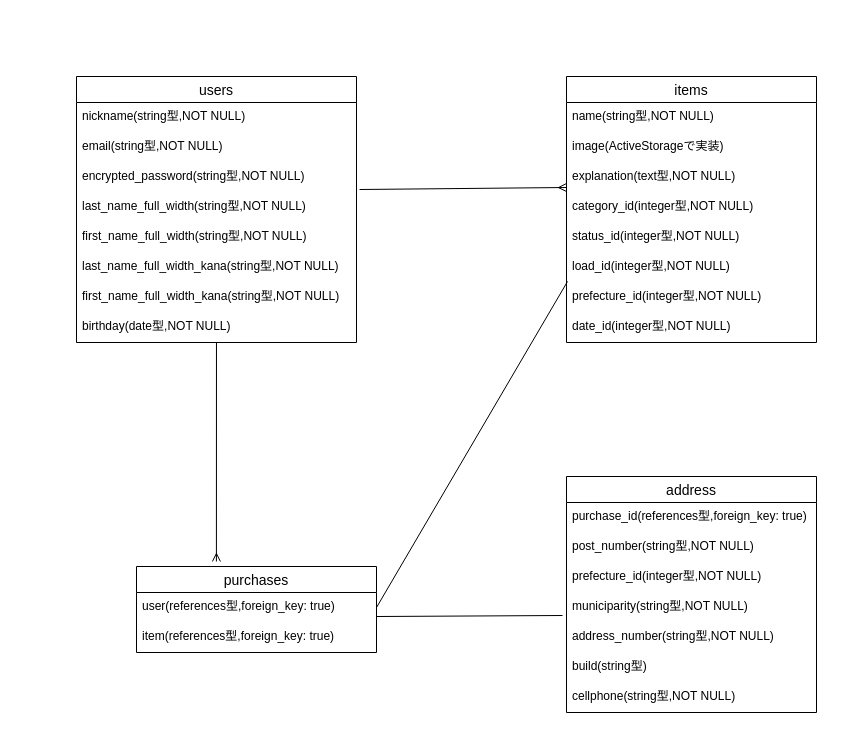
Before: page "ページ1" (1 of 2) of furima.dio in chachamaru6/furima-36589, a draw.io diagram. Source tidied: cells renumbered, new cells numbered last; positions are measured from the earlier drawing's top-left corner, leaving out a move shared by most shapes. Both pictures are drawn from the tidied source at 100%, with x=0, y=0 at pixel (76, 76).
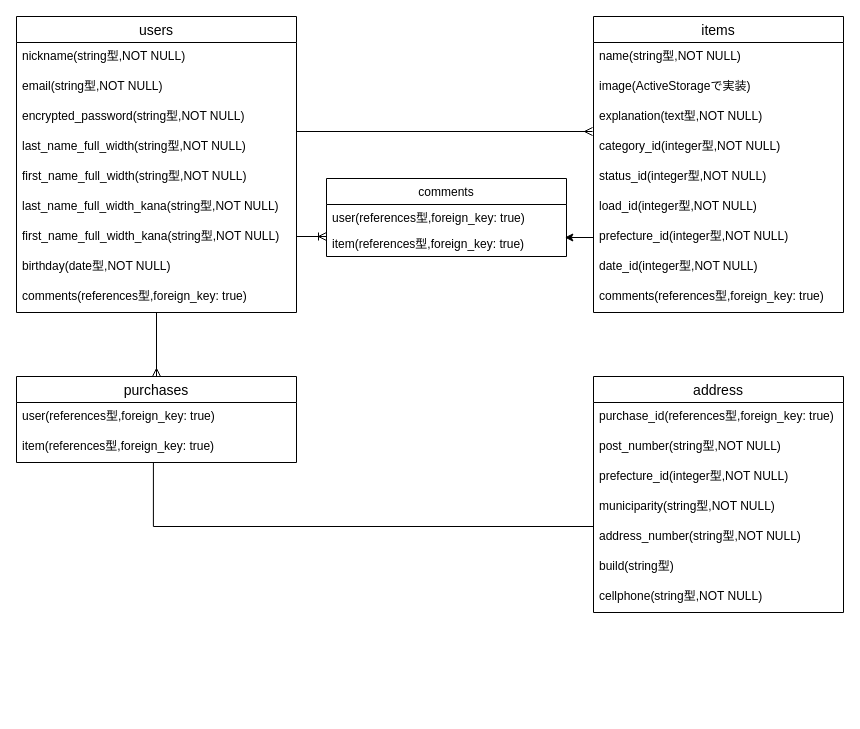
Above is the later version.

Unchanged cells that the change refers to:
```xml
<mxCell id="7" value="last_name_full_width(string型,NOT NULL)" style="text;strokeColor=none;fillColor=none;spacingLeft=4;spacingRight=4;overflow=hidden;points=[[0,0.5],[1,0.5]];portConstraint=eastwest;fontSize=12;" parent="3" vertex="1">
  <mxGeometry y="116" width="280" height="30" as="geometry" />
</mxCell>
<mxCell id="15" value="explanation(text型,NOT NULL)" style="text;strokeColor=none;fillColor=none;spacingLeft=4;spacingRight=4;overflow=hidden;points=[[0,0.5],[1,0.5]];portConstraint=eastwest;fontSize=12;" parent="12" vertex="1">
  <mxGeometry y="86" width="250" height="30" as="geometry" />
</mxCell>
<mxCell id="19" value="prefecture_id(integer型,NOT NULL)" style="text;strokeColor=none;fillColor=none;spacingLeft=4;spacingRight=4;overflow=hidden;points=[[0,0.5],[1,0.5]];portConstraint=eastwest;fontSize=12;" parent="12" vertex="1">
  <mxGeometry y="206" width="250" height="30" as="geometry" />
</mxCell>
<mxCell id="28" value="municiparity(string型,NOT NULL)" style="text;strokeColor=none;fillColor=none;spacingLeft=4;spacingRight=4;overflow=hidden;points=[[0,0.5],[1,0.5]];portConstraint=eastwest;fontSize=12;" parent="24" vertex="1">
  <mxGeometry y="116" width="250" height="30" as="geometry" />
</mxCell>
```

Change to the diagram source:
```diff
@@
-    <mxCell id="2" style="edgeStyle=none;rounded=0;sketch=0;jettySize=auto;html=1;endArrow=ERmany;endFill=0;entryX=0.333;entryY=-0.058;entryDx=0;entryDy=0;entryPerimeter=0;" parent="1" edge="1" source="3" target="21">
-      <mxGeometry relative="1" as="geometry" />
+    <mxCell id="2" style="edgeStyle=none;rounded=0;sketch=0;jettySize=auto;html=1;endArrow=ERmany;endFill=0;" parent="1" edge="1" source="3">
+      <mxGeometry relative="1" as="geometry">
+        <mxPoint x="80" y="300" as="targetPoint" />
+      </mxGeometry>
     </mxCell>
     <mxCell id="3" value="users" style="swimlane;fontStyle=0;horizontal=1;startSize=26;align=center;fontSize=14;labelBackgroundColor=#ffffff;" parent="1" vertex="1">
-      <mxGeometry width="280" height="266" as="geometry" />
+      <mxGeometry x="-60" y="-60" width="280" height="296" as="geometry" />
     </mxCell>
@@
+    <mxCell id="35" value="comments(references型,foreign_key: true)" style="text;strokeColor=none;fillColor=none;spacingLeft=4;spacingRight=4;overflow=hidden;fontSize=12;" parent="3" vertex="1">
+      <mxGeometry y="266" width="280" height="30" as="geometry" />
+    </mxCell>
     <mxCell id="12" value="items" style="swimlane;fontStyle=0;horizontal=1;startSize=26;align=center;fontSize=14;labelBackgroundColor=#ffffff;" parent="1" vertex="1">
-      <mxGeometry x="490" width="250" height="266" as="geometry" />
+      <mxGeometry x="517" y="-60" width="250" height="296" as="geometry" />
     </mxCell>
@@
+    <mxCell id="36" value="comments(references型,foreign_key: true)" style="text;strokeColor=none;fillColor=none;spacingLeft=4;spacingRight=4;overflow=hidden;fontSize=12;" parent="12" vertex="1">
+      <mxGeometry y="266" width="250" height="30" as="geometry" />
+    </mxCell>
     <mxCell id="21" value="purchases" style="swimlane;fontStyle=0;horizontal=1;startSize=26;align=center;fontSize=14;labelBackgroundColor=#ffffff;" parent="1" vertex="1">
-      <mxGeometry x="60" y="490" width="240" height="86" as="geometry" />
+      <mxGeometry x="-60" y="300" width="280" height="86" as="geometry" />
     </mxCell>
     <mxCell id="22" value="user(references型,foreign_key: true)" style="text;strokeColor=none;fillColor=none;spacingLeft=4;spacingRight=4;overflow=hidden;fontSize=12;" parent="21" vertex="1">
-      <mxGeometry y="26" width="240" height="30" as="geometry" />
+      <mxGeometry y="26" width="280" height="30" as="geometry" />
     </mxCell>
     <mxCell id="23" value="item(references型,foreign_key: true)" style="text;strokeColor=none;fillColor=none;spacingLeft=4;spacingRight=4;overflow=hidden;points=[[0,0.5],[1,0.5]];portConstraint=eastwest;fontSize=12;" parent="21" vertex="1">
-      <mxGeometry y="56" width="240" height="30" as="geometry" />
+      <mxGeometry y="56" width="280" height="30" as="geometry" />
     </mxCell>
     <mxCell id="24" value="address" style="swimlane;fontStyle=0;horizontal=1;startSize=26;align=center;fontSize=14;labelBackgroundColor=#ffffff;fillColor=none;" parent="1" vertex="1">
-      <mxGeometry x="490" y="400" width="250" height="236" as="geometry" />
+      <mxGeometry x="517" y="300" width="250" height="236" as="geometry" />
     </mxCell>
@@
+    <mxCell id="34" style="edgeStyle=none;rounded=0;sketch=0;jettySize=auto;html=1;entryX=-0.004;entryY=0.967;entryDx=0;entryDy=0;entryPerimeter=0;endArrow=ERmany;endFill=0;" parent="1" edge="1" target="15">
+      <mxGeometry relative="1" as="geometry">
+        <mxPoint x="220" y="55" as="sourcePoint" />
+      </mxGeometry>
+    </mxCell>
-    <mxCell id="32" style="endArrow=none;html=1;rounded=0;entryX=-0.016;entryY=0.767;entryDx=0;entryDy=0;entryPerimeter=0;" parent="1" edge="1" target="28">
+    <mxCell id="32" style="endArrow=none;html=1;rounded=0;exitX=0.489;exitY=1;exitDx=0;exitDy=0;exitPerimeter=0;edgeStyle=orthogonalEdgeStyle;" parent="1" edge="1" source="23">
       <mxGeometry relative="1" as="geometry">
-        <mxPoint x="300" y="540" as="sourcePoint" />
+        <mxPoint x="517" y="450" as="targetPoint" />
+        <Array as="points">
+          <mxPoint x="77" y="450" />
+        </Array>
       </mxGeometry>
     </mxCell>
-    <mxCell id="33" style="endArrow=none;html=1;rounded=0;exitX=1;exitY=0.5;exitDx=0;exitDy=0;entryX=0.004;entryY=-0.033;entryDx=0;entryDy=0;entryPerimeter=0;" parent="1" edge="1" target="19">
-      <mxGeometry relative="1" as="geometry">
-        <mxPoint x="300" y="531" as="sourcePoint" />
-      </mxGeometry>
-    </mxCell>
-    <mxCell id="34" style="edgeStyle=none;rounded=0;sketch=0;jettySize=auto;html=1;entryX=0;entryY=0.833;entryDx=0;entryDy=0;entryPerimeter=0;endArrow=ERmany;endFill=0;exitX=1.011;exitY=-0.1;exitDx=0;exitDy=0;exitPerimeter=0;" parent="1" edge="1" source="7">
-      <mxGeometry relative="1" as="geometry">
-        <mxPoint x="490" y="111" as="targetPoint" />
-      </mxGeometry>
-    </mxCell>
+    <mxCell id="37" value="comments" style="swimlane;fontStyle=0;horizontal=1;startSize=26;" parent="1" vertex="1">
+      <mxGeometry x="250" y="102" width="240" height="78" as="geometry" />
+    </mxCell>
+    <mxCell id="38" value="user(references型,foreign_key: true)" style="text;strokeColor=none;fillColor=none;align=left;verticalAlign=top;spacingLeft=4;spacingRight=4;overflow=hidden;" parent="37" vertex="1">
+      <mxGeometry y="26" width="240" height="26" as="geometry" />
+    </mxCell>
+    <mxCell id="39" value="item(references型,foreign_key: true)" style="text;strokeColor=none;fillColor=none;align=left;verticalAlign=top;spacingLeft=4;spacingRight=4;overflow=hidden;points=[[0,0.5],[1,0.5]];portConstraint=eastwest;" parent="37" vertex="1">
+      <mxGeometry y="52" width="240" height="26" as="geometry" />
+    </mxCell>
+    <mxCell id="40" style="edgeStyle=entityRelationEdgeStyle;fontSize=12;html=1;endArrow=ERoneToMany;entryX=0;entryY=0.231;entryDx=0;entryDy=0;entryPerimeter=0;" parent="1" edge="1" target="39">
+      <mxGeometry relative="1" as="geometry">
+        <mxPoint x="220" y="160" as="sourcePoint" />
+      </mxGeometry>
+    </mxCell>
+    <mxCell id="41" style="edgeStyle=orthogonalEdgeStyle;rounded=0;jettySize=auto;html=1;exitX=0;exitY=0.5;exitDx=0;exitDy=0;entryX=0.993;entryY=0.269;entryDx=0;entryDy=0;entryPerimeter=0;" parent="1" edge="1" source="19" target="39">
+      <mxGeometry relative="1" as="geometry" />
+    </mxCell>
```
